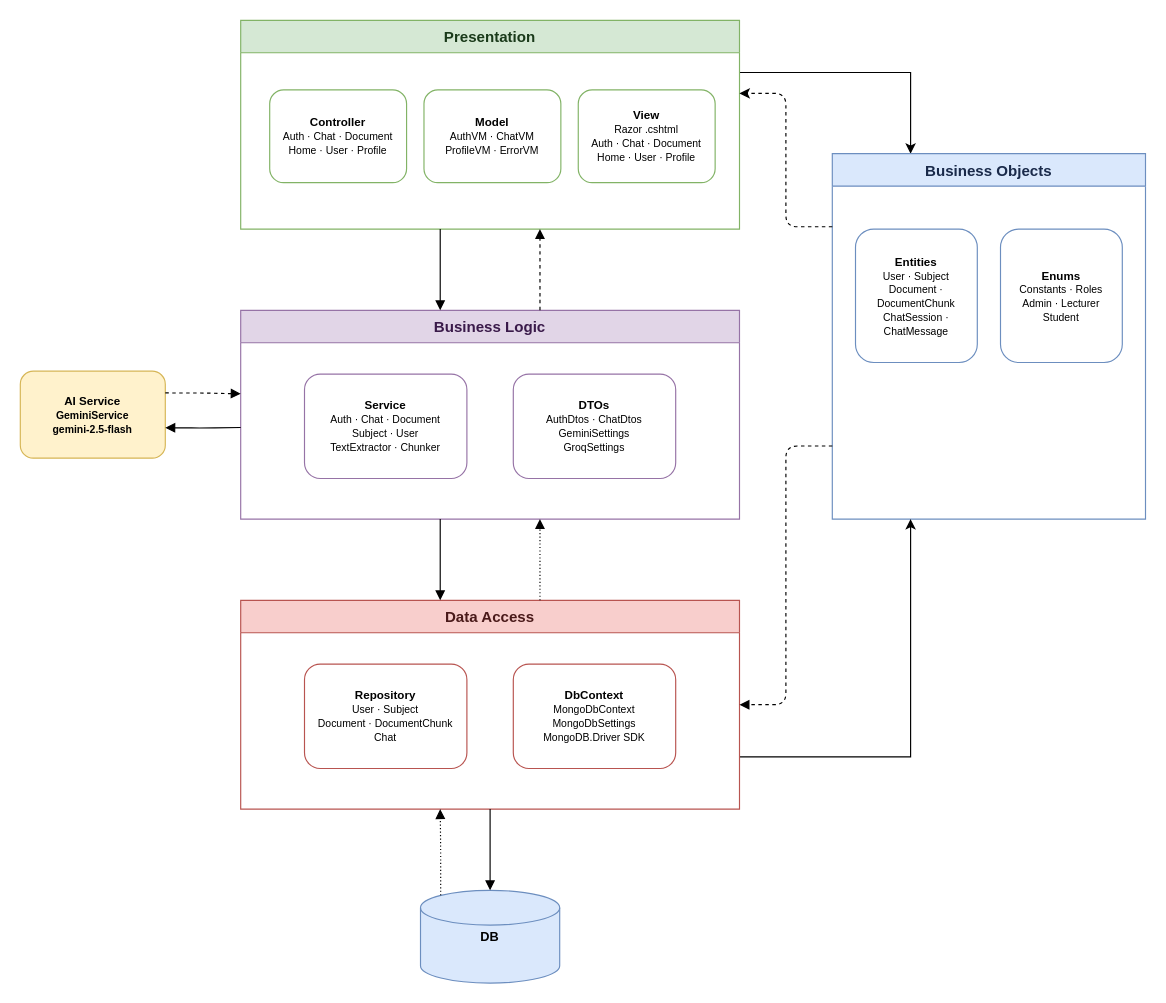
Earlier version of the draw.io diagram docs/Architecture.drawio (Megalit2578/ChatBotPRN222). Source tidied: cells renumbered, new cells numbered last; positions are measured from the earlier drawing's top-left corner, leaving out a move shared by most shapes. Both pictures are drawn from the tidied source at 116%, with x=0, y=0 at pixel (20, 20).
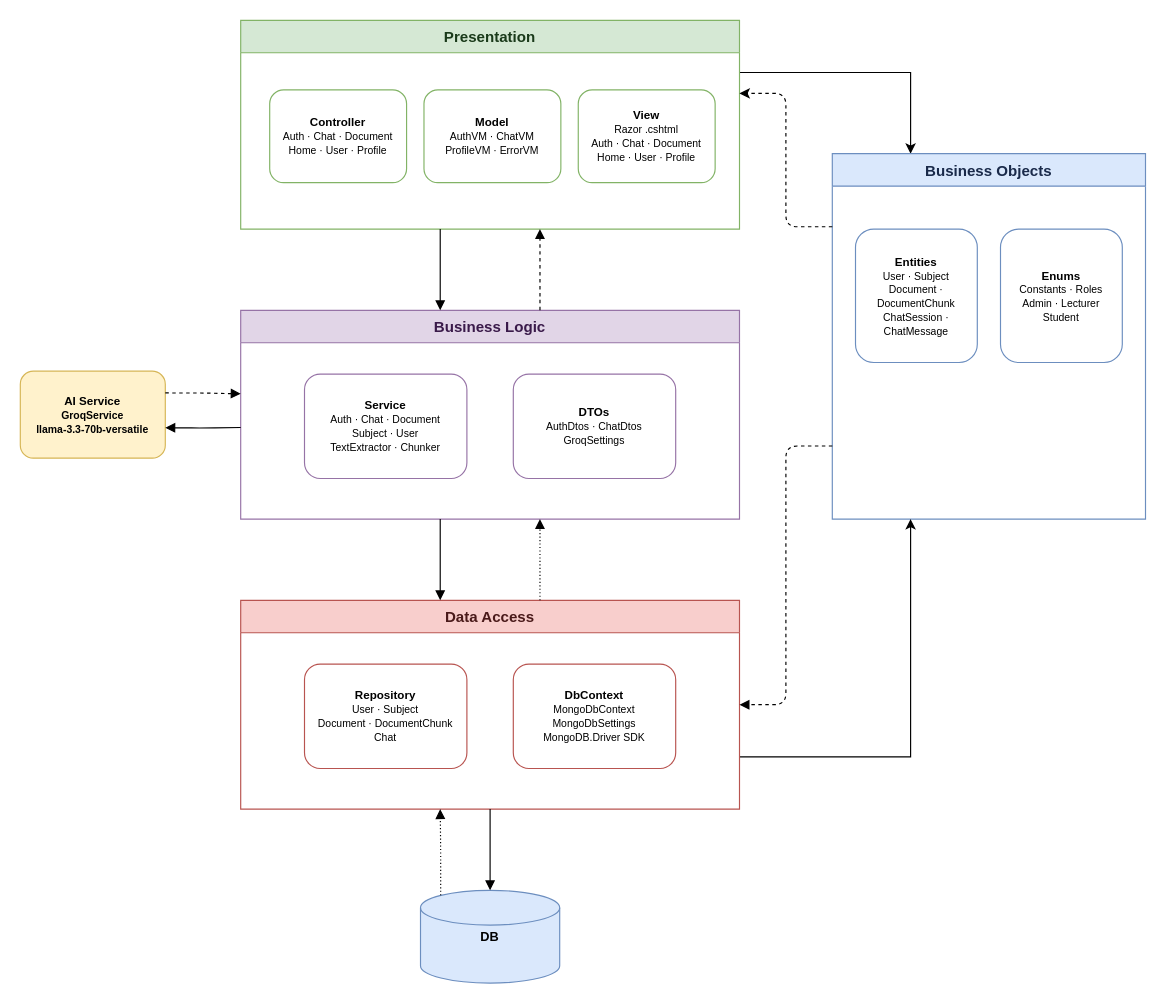
The same diagram, later.

Commit message:
docs: add system architecture diagram for ChatBot project

Unchanged cells that the change refers to:
```xml
<mxCell id="7" value="Business Logic" style="swimlane;startSize=28;fillColor=#e1d5e7;strokeColor=#9673a6;fontStyle=1;fontSize=13;fontColor=#3a1a4a;horizontal=1;" parent="1" vertex="1">
  <mxGeometry x="190" y="250" width="430" height="180" as="geometry" />
</mxCell>
```

Diff of the diagram source:
```diff
@@
-    <mxCell id="9" value="&lt;b&gt;DTOs&lt;/b&gt;&lt;br/&gt;&lt;font style='font-size:9px'&gt;AuthDtos · ChatDtos&lt;br/&gt;GeminiSettings&lt;br/&gt;GroqSettings&lt;/font&gt;" style="rounded=1;whiteSpace=wrap;html=1;fillColor=#ffffff;strokeColor=#9673a6;fontSize=10;verticalAlign=middle;" parent="7" vertex="1">
+    <mxCell id="9" value="&lt;b&gt;DTOs&lt;/b&gt;&lt;br/&gt;&lt;font style='font-size:9px'&gt;AuthDtos · ChatDtos&lt;br/&gt;GroqSettings&lt;/font&gt;" style="rounded=1;whiteSpace=wrap;html=1;fillColor=#ffffff;strokeColor=#9673a6;fontSize=10;verticalAlign=middle;" parent="7" vertex="1">
       <mxGeometry x="235" y="55" width="140" height="90" as="geometry" />
     </mxCell>
@@
-    <mxCell id="17" value="&lt;b&gt;AI Service&lt;/b&gt;&lt;br/&gt;&lt;font style='font-size:9px'&gt;GeminiService&lt;br/&gt;gemini-2.5-flash&lt;/font&gt;" style="rounded=1;whiteSpace=wrap;html=1;fillColor=#fff2cc;strokeColor=#d6b656;fontSize=10;fontStyle=1;" parent="1" vertex="1">
+    <mxCell id="17" value="&lt;b&gt;AI Service&lt;/b&gt;&lt;br/&gt;&lt;font style='font-size:9px'&gt;GroqService&lt;br/&gt;llama-3.3-70b-versatile&lt;/font&gt;" style="rounded=1;whiteSpace=wrap;html=1;fillColor=#fff2cc;strokeColor=#d6b656;fontSize=10;fontStyle=1;" parent="1" vertex="1">
       <mxGeometry y="302.5" width="125" height="75" as="geometry" />
     </mxCell>
```
